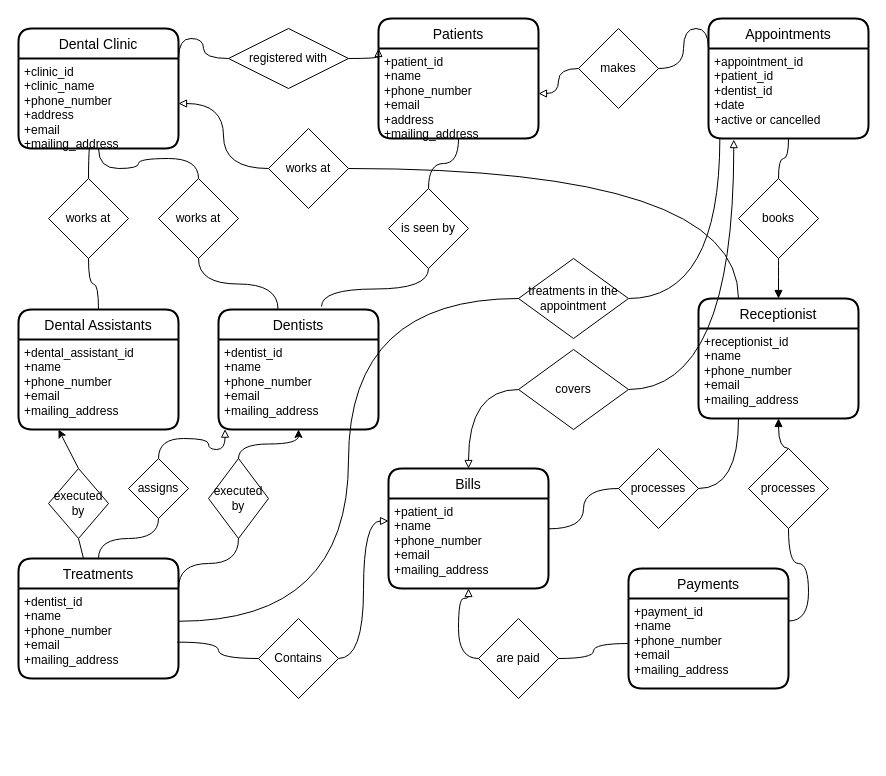
Before: MyDentalClinicDiagram.drawio in gituser514/Diagram, a draw.io diagram. Source tidied: cells renumbered, new cells numbered last; positions are measured from the earlier drawing's top-left corner, leaving out a move shared by most shapes. Both pictures are drawn from the tidied source at 100%, with x=0, y=0 at pixel (18, 18).
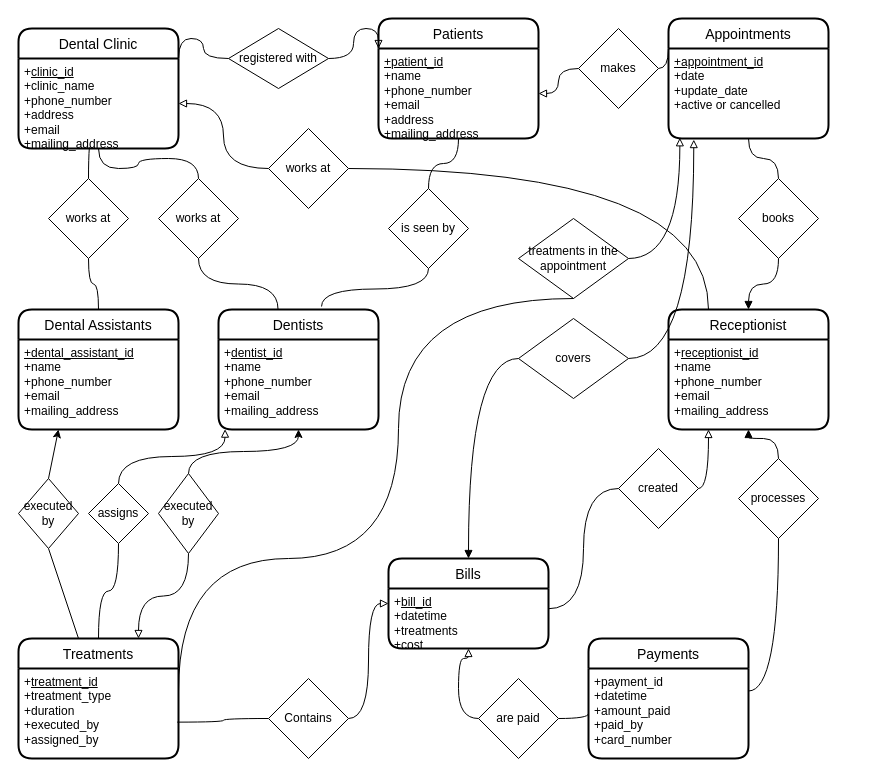
Above is the later version.

The change refers to these unchanged cells:
```xml
<mxCell id="2" value="Dental Clinic" style="swimlane;horizontal=1;startSize=30;rounded=1;fontSize=14;fontStyle=0;strokeWidth=2;shadow=0;dashed=0;align=center;" parent="1" vertex="1">
  <mxGeometry y="10" width="160" height="120" as="geometry" />
</mxCell>
<mxCell id="4" value="Dentists" style="swimlane;horizontal=1;startSize=30;rounded=1;fontSize=14;fontStyle=0;strokeWidth=2;shadow=0;dashed=0;align=center;" parent="1" vertex="1">
  <mxGeometry x="200" y="291" width="160" height="120" as="geometry" />
</mxCell>
<mxCell id="6" value="Patients" style="swimlane;horizontal=1;startSize=30;rounded=1;fontSize=14;fontStyle=0;strokeWidth=2;shadow=0;dashed=0;align=center;" parent="1" vertex="1">
  <mxGeometry x="360" width="160" height="120" as="geometry" />
</mxCell>
<mxCell id="8" value="Dental Assistants" style="swimlane;horizontal=1;startSize=30;rounded=1;fontSize=14;fontStyle=0;strokeWidth=2;shadow=0;dashed=0;align=center;" parent="1" vertex="1">
  <mxGeometry y="291" width="160" height="120" as="geometry" />
</mxCell>
```

Diff of the diagram source:
```diff
@@
-    <mxCell id="3" value="+clinic_id&lt;br&gt;+clinic_name&lt;br&gt;&lt;div&gt;+phone_number&lt;/div&gt;&lt;div&gt;+address &lt;br&gt;&lt;/div&gt;&lt;div&gt;+email&lt;/div&gt;&lt;div&gt;+mailing_address&lt;br&gt;&lt;/div&gt;" style="align=left;strokeColor=none;fillColor=none;spacingLeft=4;fontSize=12;verticalAlign=top;html=1;" parent="2" vertex="1">
+    <mxCell id="3" value="+&lt;u&gt;clinic_id&lt;/u&gt;&lt;br&gt;+clinic_name&lt;br&gt;&lt;div&gt;+phone_number&lt;/div&gt;&lt;div&gt;+address &lt;br&gt;&lt;/div&gt;&lt;div&gt;+email&lt;/div&gt;&lt;div&gt;+mailing_address&lt;br&gt;&lt;/div&gt;" style="align=left;strokeColor=none;fillColor=none;spacingLeft=4;fontSize=12;verticalAlign=top;html=1;" parent="2" vertex="1">
       <mxGeometry y="30" width="160" height="90" as="geometry" />
     </mxCell>
@@
-    <mxCell id="5" value="+dentist_id&lt;br&gt;+name&lt;br&gt;&lt;div&gt;+phone_number&lt;/div&gt;&lt;div&gt;+email&lt;/div&gt;&lt;div&gt;+mailing_address&lt;br&gt;&lt;/div&gt;" style="align=left;strokeColor=none;fillColor=none;spacingLeft=4;fontSize=12;verticalAlign=top;html=1;" parent="4" vertex="1">
+    <mxCell id="5" value="+&lt;u&gt;dentist_id&lt;/u&gt;&lt;br&gt;+name&lt;br&gt;&lt;div&gt;+phone_number&lt;/div&gt;&lt;div&gt;+email&lt;/div&gt;&lt;div&gt;+mailing_address&lt;br&gt;&lt;/div&gt;" style="align=left;strokeColor=none;fillColor=none;spacingLeft=4;fontSize=12;verticalAlign=top;html=1;" parent="4" vertex="1">
       <mxGeometry y="30" width="160" height="90" as="geometry" />
     </mxCell>
@@
-    <mxCell id="7" value="+patient_id&lt;br&gt;+name&lt;br&gt;&lt;div&gt;+phone_number&lt;/div&gt;&lt;div&gt;+email&lt;br&gt;+address &lt;br&gt;&lt;/div&gt;&lt;div&gt;+mailing_address&lt;br&gt;&lt;/div&gt;" style="align=left;strokeColor=none;fillColor=none;spacingLeft=4;fontSize=12;verticalAlign=top;html=1;" parent="6" vertex="1">
+    <mxCell id="7" value="&lt;u&gt;+patient_id&lt;/u&gt;&lt;br&gt;+name&lt;br&gt;&lt;div&gt;+phone_number&lt;/div&gt;&lt;div&gt;+email&lt;br&gt;+address &lt;br&gt;&lt;/div&gt;&lt;div&gt;+mailing_address&lt;br&gt;&lt;/div&gt;" style="align=left;strokeColor=none;fillColor=none;spacingLeft=4;fontSize=12;verticalAlign=top;html=1;" parent="6" vertex="1">
       <mxGeometry y="30" width="160" height="90" as="geometry" />
     </mxCell>
@@
-    <mxCell id="9" value="+dental_assistant_id&lt;br&gt;+name&lt;br&gt;&lt;div&gt;+phone_number&lt;/div&gt;&lt;div&gt;+email&lt;/div&gt;&lt;div&gt;+mailing_address&lt;br&gt;&lt;/div&gt;" style="align=left;strokeColor=none;fillColor=none;spacingLeft=4;fontSize=12;verticalAlign=top;html=1;" parent="8" vertex="1">
+    <mxCell id="9" value="&lt;u&gt;+dental_assistant_id&lt;/u&gt;&lt;br&gt;+name&lt;br&gt;&lt;div&gt;+phone_number&lt;/div&gt;&lt;div&gt;+email&lt;/div&gt;&lt;div&gt;+mailing_address&lt;br&gt;&lt;/div&gt;" style="align=left;strokeColor=none;fillColor=none;spacingLeft=4;fontSize=12;verticalAlign=top;html=1;" parent="8" vertex="1">
       <mxGeometry y="30" width="160" height="90" as="geometry" />
     </mxCell>
     <mxCell id="10" value="Treatments " style="swimlane;horizontal=1;startSize=30;rounded=1;fontSize=14;fontStyle=0;strokeWidth=2;shadow=0;dashed=0;align=center;" parent="1" vertex="1">
-      <mxGeometry y="540" width="160" height="120" as="geometry" />
+      <mxGeometry y="620" width="160" height="120" as="geometry" />
     </mxCell>
-    <mxCell id="11" value="+dentist_id&lt;br&gt;+name&lt;br&gt;&lt;div&gt;+phone_number&lt;/div&gt;&lt;div&gt;+email&lt;/div&gt;&lt;div&gt;+mailing_address&lt;br&gt;&lt;/div&gt;" style="align=left;strokeColor=none;fillColor=none;spacingLeft=4;fontSize=12;verticalAlign=top;html=1;" parent="10" vertex="1">
+    <mxCell id="11" value="+&lt;u&gt;treatment_id&lt;/u&gt;&lt;br&gt;+treatment_type&lt;br&gt;&lt;div&gt;+duration&lt;/div&gt;&lt;div&gt;+executed_by &lt;br&gt;&lt;/div&gt;&lt;div&gt;+assigned_by&lt;br&gt;&lt;/div&gt;" style="align=left;strokeColor=none;fillColor=none;spacingLeft=4;fontSize=12;verticalAlign=top;html=1;" parent="10" vertex="1">
       <mxGeometry y="30" width="160" height="90" as="geometry" />
     </mxCell>
-    <mxCell id="12" value="Appointments" style="swimlane;horizontal=1;startSize=30;rounded=1;fontSize=14;fontStyle=0;strokeWidth=2;shadow=0;dashed=0;align=center;" parent="1" vertex="1">
-      <mxGeometry x="690" width="160" height="120" as="geometry" />
+    <mxCell id="12" value="Appointments " style="swimlane;horizontal=1;startSize=30;rounded=1;fontSize=14;fontStyle=0;strokeWidth=2;shadow=0;dashed=0;align=center;" parent="1" vertex="1">
+      <mxGeometry x="650" width="160" height="120" as="geometry" />
     </mxCell>
-    <mxCell id="13" value="&lt;div&gt;+appointment_id&lt;/div&gt;&lt;div&gt;+patient_id&lt;/div&gt;&lt;div&gt;+dentist_id&lt;/div&gt;&lt;div&gt;+date&lt;br&gt;&lt;/div&gt;&lt;div&gt;+active or cancelled&lt;br&gt;&lt;/div&gt;&lt;div&gt;&lt;br&gt;&lt;/div&gt;" style="align=left;strokeColor=none;fillColor=none;spacingLeft=4;fontSize=12;verticalAlign=top;html=1;" parent="12" vertex="1">
+    <mxCell id="13" value="&lt;div&gt;&lt;u&gt;+appointment_id&lt;/u&gt;&lt;/div&gt;&lt;div&gt;+date&lt;/div&gt;&lt;div&gt;+update_date&lt;br&gt;&lt;/div&gt;&lt;div&gt;+active or cancelled&lt;br&gt;&lt;/div&gt;&lt;div&gt;&lt;br&gt;&lt;/div&gt;" style="align=left;strokeColor=none;fillColor=none;spacingLeft=4;fontSize=12;verticalAlign=top;html=1;" parent="12" vertex="1">
       <mxGeometry y="30" width="160" height="90" as="geometry" />
     </mxCell>
     <mxCell id="14" value="Bills" style="swimlane;horizontal=1;startSize=30;rounded=1;fontSize=14;fontStyle=0;strokeWidth=2;shadow=0;align=center;fillColor=none;" parent="1" vertex="1">
-      <mxGeometry x="370" y="450" width="160" height="120" as="geometry" />
+      <mxGeometry x="370" y="540" width="160" height="90" as="geometry" />
     </mxCell>
-    <mxCell id="15" value="+patient_id&lt;br&gt;+name&lt;br&gt;&lt;div&gt;+phone_number&lt;/div&gt;&lt;div&gt;+email&lt;/div&gt;&lt;div&gt;+mailing_address&lt;br&gt;&lt;/div&gt;" style="align=left;strokeColor=none;fillColor=none;spacingLeft=4;fontSize=12;verticalAlign=top;html=1;" parent="14" vertex="1">
-      <mxGeometry y="30" width="160" height="90" as="geometry" />
+    <mxCell id="15" value="+&lt;u&gt;bill_id&lt;br&gt;&lt;/u&gt;+datetime &lt;br&gt;&lt;div&gt;+treatments &lt;/div&gt;&lt;div&gt;+cost&lt;br&gt;&lt;/div&gt;" style="align=left;strokeColor=none;fillColor=none;spacingLeft=4;fontSize=12;verticalAlign=top;html=1;" parent="14" vertex="1">
+      <mxGeometry y="30" width="160" height="60" as="geometry" />
     </mxCell>
@@
     <mxCell id="18" value="registered with" style="shape=rhombus;perimeter=rhombusPerimeter;whiteSpace=wrap;html=1;align=center;" parent="1" vertex="1">
-      <mxGeometry x="210" y="10" width="120" height="60" as="geometry" />
+      <mxGeometry x="210" y="10" width="100" height="60" as="geometry" />
     </mxCell>
     <mxCell id="19" value="Receptionist" style="swimlane;horizontal=1;startSize=30;rounded=1;fontSize=14;fontStyle=0;strokeWidth=2;shadow=0;dashed=0;align=center;" parent="1" vertex="1">
-      <mxGeometry x="680" y="280" width="160" height="120" as="geometry" />
+      <mxGeometry x="650" y="291" width="160" height="120" as="geometry" />
     </mxCell>
-    <mxCell id="20" value="+receptionist_id&lt;br&gt;+name&lt;br&gt;&lt;div&gt;+phone_number&lt;/div&gt;&lt;div&gt;+email&lt;/div&gt;&lt;div&gt;+mailing_address&lt;br&gt;&lt;/div&gt;" style="align=left;strokeColor=none;fillColor=none;spacingLeft=4;fontSize=12;verticalAlign=top;html=1;" parent="19" vertex="1">
+    <mxCell id="20" value="+&lt;u&gt;receptionist_id&lt;/u&gt;&lt;br&gt;+name&lt;br&gt;&lt;div&gt;+phone_number&lt;/div&gt;&lt;div&gt;+email&lt;/div&gt;&lt;div&gt;+mailing_address&lt;br&gt;&lt;/div&gt;" style="align=left;strokeColor=none;fillColor=none;spacingLeft=4;fontSize=12;verticalAlign=top;html=1;" parent="19" vertex="1">
       <mxGeometry y="30" width="160" height="90" as="geometry" />
     </mxCell>
-    <mxCell id="21" value="processes" style="rhombus;whiteSpace=wrap;html=1;rounded=0;sketch=0;" parent="1" vertex="1">
+    <mxCell id="21" value="created" style="rhombus;whiteSpace=wrap;html=1;rounded=0;sketch=0;" parent="1" vertex="1">
       <mxGeometry x="600" y="430" width="80" height="80" as="geometry" />
     </mxCell>
@@
     <mxCell id="27" value="executed by" style="rhombus;whiteSpace=wrap;html=1;rounded=0;sketch=0;" parent="1" vertex="1">
-      <mxGeometry x="30" y="450" width="60" height="70" as="geometry" />
+      <mxGeometry y="460" width="60" height="70" as="geometry" />
     </mxCell>
+    <mxCell id="68" style="edgeStyle=orthogonalEdgeStyle;curved=1;rounded=0;jettySize=auto;html=1;entryX=0.75;entryY=0;entryDx=0;entryDy=0;endArrow=block;endFill=0;exitX=0.5;exitY=1;exitDx=0;exitDy=0;" parent="1" edge="1" source="28" target="10">
+      <mxGeometry relative="1" as="geometry" />
+    </mxCell>
     <mxCell id="28" value="executed by" style="rhombus;whiteSpace=wrap;html=1;rounded=0;sketch=0;" parent="1" vertex="1">
-      <mxGeometry x="190" y="440" width="60" height="80" as="geometry" />
+      <mxGeometry x="140" y="455" width="60" height="80" as="geometry" />
     </mxCell>
-    <mxCell id="29" style="endArrow=none;html=1;rounded=1;sketch=0;curved=1;entryX=0.5;entryY=1;entryDx=0;entryDy=0;exitX=1;exitY=0;exitDx=0;exitDy=0;edgeStyle=orthogonalEdgeStyle;" parent="1" edge="1" source="11" target="28">
-      <mxGeometry relative="1" as="geometry" />
-    </mxCell>
@@
-    <mxCell id="33" value="Contains" style="rhombus;whiteSpace=wrap;html=1;rounded=0;sketch=0;" parent="1" vertex="1">
-      <mxGeometry x="240" y="600" width="80" height="80" as="geometry" />
-    </mxCell>
@@
-    <mxCell id="35" style="endArrow=none;html=1;rounded=1;sketch=0;curved=1;entryX=0.25;entryY=1;entryDx=0;entryDy=0;exitX=1;exitY=0.5;exitDx=0;exitDy=0;edgeStyle=orthogonalEdgeStyle;" parent="1" edge="1" source="21" target="20">
+    <mxCell id="35" style="endArrow=block;html=1;rounded=1;sketch=0;curved=1;entryX=0.25;entryY=1;entryDx=0;entryDy=0;exitX=1;exitY=0.5;exitDx=0;exitDy=0;edgeStyle=orthogonalEdgeStyle;endFill=0;" parent="1" edge="1" source="21" target="20">
       <mxGeometry relative="1" as="geometry" />
     </mxCell>
@@
     <mxCell id="42" value="Payments" style="swimlane;horizontal=1;startSize=30;rounded=1;fontSize=14;fontStyle=0;strokeWidth=2;shadow=0;align=center;fillColor=none;" parent="1" vertex="1">
-      <mxGeometry x="610" y="550" width="160" height="120" as="geometry" />
+      <mxGeometry x="570" y="620" width="160" height="120" as="geometry" />
     </mxCell>
-    <mxCell id="43" value="+payment_id&lt;br&gt;+name&lt;br&gt;&lt;div&gt;+phone_number&lt;/div&gt;&lt;div&gt;+email&lt;/div&gt;&lt;div&gt;+mailing_address&lt;br&gt;&lt;/div&gt;" style="align=left;strokeColor=none;fillColor=none;spacingLeft=4;fontSize=12;verticalAlign=top;html=1;" parent="42" vertex="1">
+    <mxCell id="43" value="+payment_id&lt;br&gt;+datetime &lt;br&gt;&lt;div&gt;+amount_paid&amp;nbsp; &lt;br&gt;&lt;/div&gt;&lt;div&gt;+paid_by&lt;/div&gt;&lt;div&gt;+card_number&lt;br&gt;&lt;/div&gt;" style="align=left;strokeColor=none;fillColor=none;spacingLeft=4;fontSize=12;verticalAlign=top;html=1;" parent="42" vertex="1">
       <mxGeometry y="30" width="160" height="90" as="geometry" />
     </mxCell>
-    <mxCell id="44" style="edgeStyle=orthogonalEdgeStyle;rounded=0;jettySize=auto;html=1;entryX=1;entryY=0.25;entryDx=0;entryDy=0;endArrow=none;endFill=0;curved=1;" parent="1" edge="1" source="46" target="43">
+    <mxCell id="44" style="edgeStyle=orthogonalEdgeStyle;rounded=0;jettySize=auto;html=1;entryX=1;entryY=0.25;entryDx=0;entryDy=0;endArrow=none;endFill=0;curved=1;exitX=0.5;exitY=1;exitDx=0;exitDy=0;" parent="1" edge="1" source="46" target="43">
       <mxGeometry relative="1" as="geometry" />
     </mxCell>
@@
     <mxCell id="46" value="processes" style="rhombus;whiteSpace=wrap;html=1;rounded=0;sketch=0;" parent="1" vertex="1">
-      <mxGeometry x="730" y="430" width="80" height="80" as="geometry" />
+      <mxGeometry x="720" y="440" width="80" height="80" as="geometry" />
     </mxCell>
@@
     <mxCell id="49" value="are paid" style="rhombus;whiteSpace=wrap;html=1;rounded=0;sketch=0;" parent="1" vertex="1">
-      <mxGeometry x="460" y="600" width="80" height="80" as="geometry" />
+      <mxGeometry x="460" y="660" width="80" height="80" as="geometry" />
     </mxCell>
@@
-    <mxCell id="59" style="edgeStyle=orthogonalEdgeStyle;curved=1;rounded=0;jettySize=auto;html=1;entryX=0.071;entryY=0.992;entryDx=0;entryDy=0;endArrow=none;endFill=0;entryPerimeter=0;" parent="1" edge="1" source="61" target="13">
+    <mxCell id="59" style="edgeStyle=orthogonalEdgeStyle;curved=1;rounded=0;jettySize=auto;html=1;entryX=0.071;entryY=0.992;entryDx=0;entryDy=0;endArrow=block;endFill=0;entryPerimeter=0;" parent="1" edge="1" source="61" target="13">
       <mxGeometry relative="1" as="geometry" />
     </mxCell>
-    <mxCell id="60" style="edgeStyle=orthogonalEdgeStyle;curved=1;rounded=0;jettySize=auto;html=1;endArrow=none;endFill=0;entryX=1.003;entryY=0.364;entryDx=0;entryDy=0;entryPerimeter=0;" parent="1" edge="1" source="61" target="11">
-      <mxGeometry relative="1" as="geometry" />
-    </mxCell>
     <mxCell id="61" value="treatments in the appointment " style="rhombus;whiteSpace=wrap;html=1;rounded=0;sketch=0;" parent="1" vertex="1">
-      <mxGeometry x="500" y="240" width="110" height="80" as="geometry" />
+      <mxGeometry x="500" y="200" width="110" height="80" as="geometry" />
     </mxCell>
-    <mxCell id="62" style="edgeStyle=orthogonalEdgeStyle;curved=1;rounded=0;jettySize=auto;html=1;endArrow=none;endFill=0;entryX=0.5;entryY=0;entryDx=0;entryDy=0;" parent="1" edge="1" source="64" target="10">
+    <mxCell id="62" style="edgeStyle=orthogonalEdgeStyle;curved=1;rounded=0;jettySize=auto;html=1;endArrow=none;endFill=0;entryX=0.5;entryY=0;entryDx=0;entryDy=0;exitX=0.5;exitY=1;exitDx=0;exitDy=0;" parent="1" edge="1" source="64" target="10">
       <mxGeometry relative="1" as="geometry" />
     </mxCell>
@@
     <mxCell id="64" value="assigns " style="rhombus;whiteSpace=wrap;html=1;rounded=0;sketch=0;" parent="1" vertex="1">
-      <mxGeometry x="110" y="440" width="60" height="60" as="geometry" />
+      <mxGeometry x="70" y="465" width="60" height="60" as="geometry" />
     </mxCell>
@@
-    <mxCell id="66" style="edgeStyle=orthogonalEdgeStyle;curved=1;rounded=0;jettySize=auto;html=1;entryX=0.5;entryY=0;entryDx=0;entryDy=0;endArrow=block;endFill=0;exitX=0;exitY=0.5;exitDx=0;exitDy=0;" parent="1" edge="1" source="67" target="14">
+    <mxCell id="66" style="edgeStyle=orthogonalEdgeStyle;curved=1;rounded=0;jettySize=auto;html=1;entryX=0.5;entryY=0;entryDx=0;entryDy=0;endArrow=block;endFill=1;exitX=0;exitY=0.5;exitDx=0;exitDy=0;" parent="1" edge="1" source="67" target="14">
       <mxGeometry relative="1" as="geometry" />
     </mxCell>
     <mxCell id="67" value="covers" style="rhombus;whiteSpace=wrap;html=1;rounded=0;sketch=0;" parent="1" vertex="1">
-      <mxGeometry x="500" y="331" width="110" height="80" as="geometry" />
+      <mxGeometry x="500" y="300" width="110" height="80" as="geometry" />
     </mxCell>
+    <mxCell id="33" value="Contains" style="rhombus;whiteSpace=wrap;html=1;rounded=0;sketch=0;" parent="1" vertex="1">
+      <mxGeometry x="250" y="660" width="80" height="80" as="geometry" />
+    </mxCell>
+    <mxCell id="60" style="edgeStyle=orthogonalEdgeStyle;curved=1;rounded=0;jettySize=auto;html=1;endArrow=none;endFill=0;entryX=1;entryY=0.25;entryDx=0;entryDy=0;" parent="1" edge="1" source="61" target="11">
+      <mxGeometry relative="1" as="geometry">
+        <Array as="points">
+          <mxPoint x="380" y="280" />
+          <mxPoint x="380" y="540" />
+          <mxPoint x="160" y="540" />
+        </Array>
+      </mxGeometry>
+    </mxCell>
```
